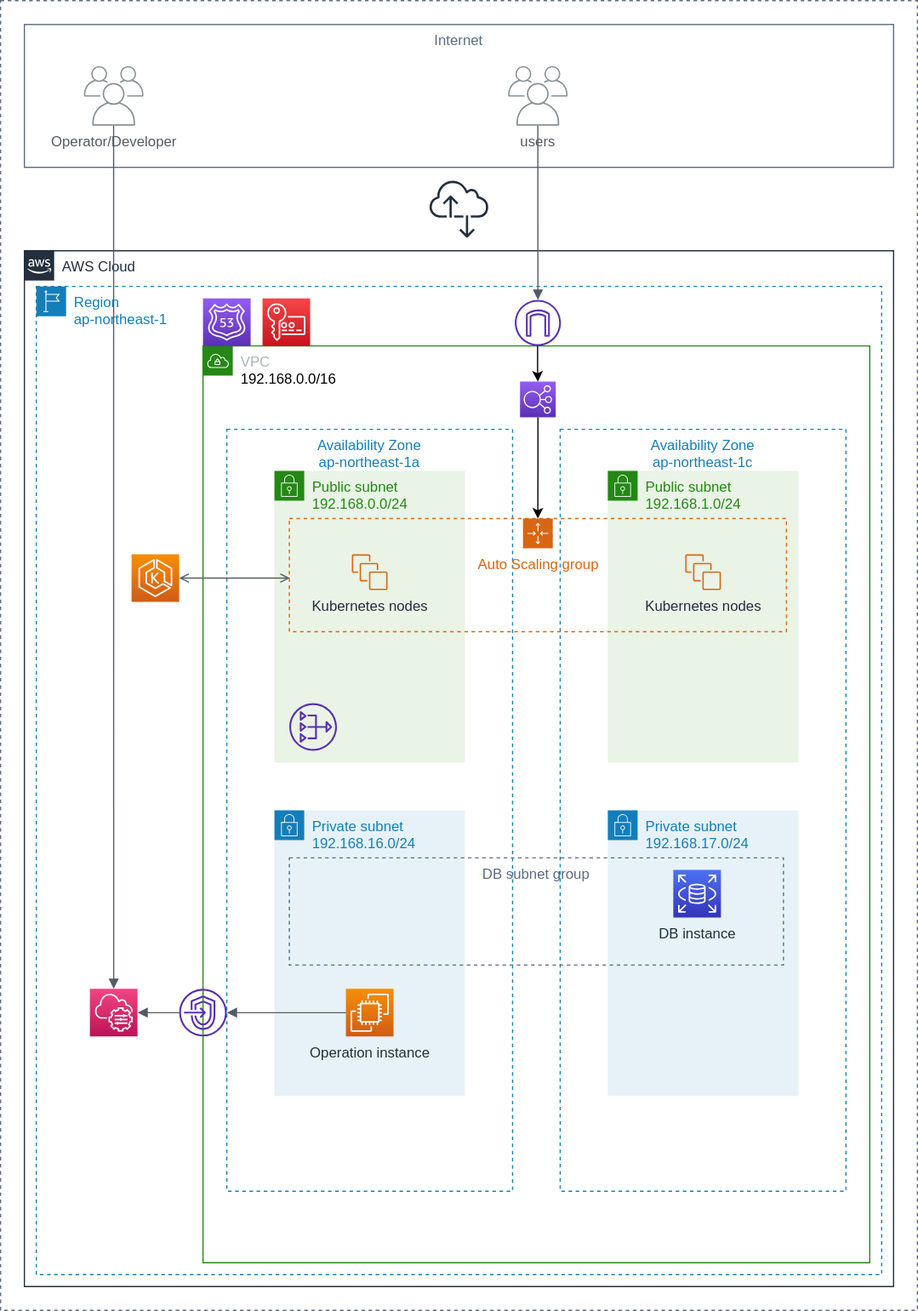
The draw.io diagram architecture.svg in t3-goto/lra-app, before a commit. Source tidied: cells renumbered, new cells last; positions are measured from the earlier drawing's top-left corner, leaving out a move shared by most shapes.
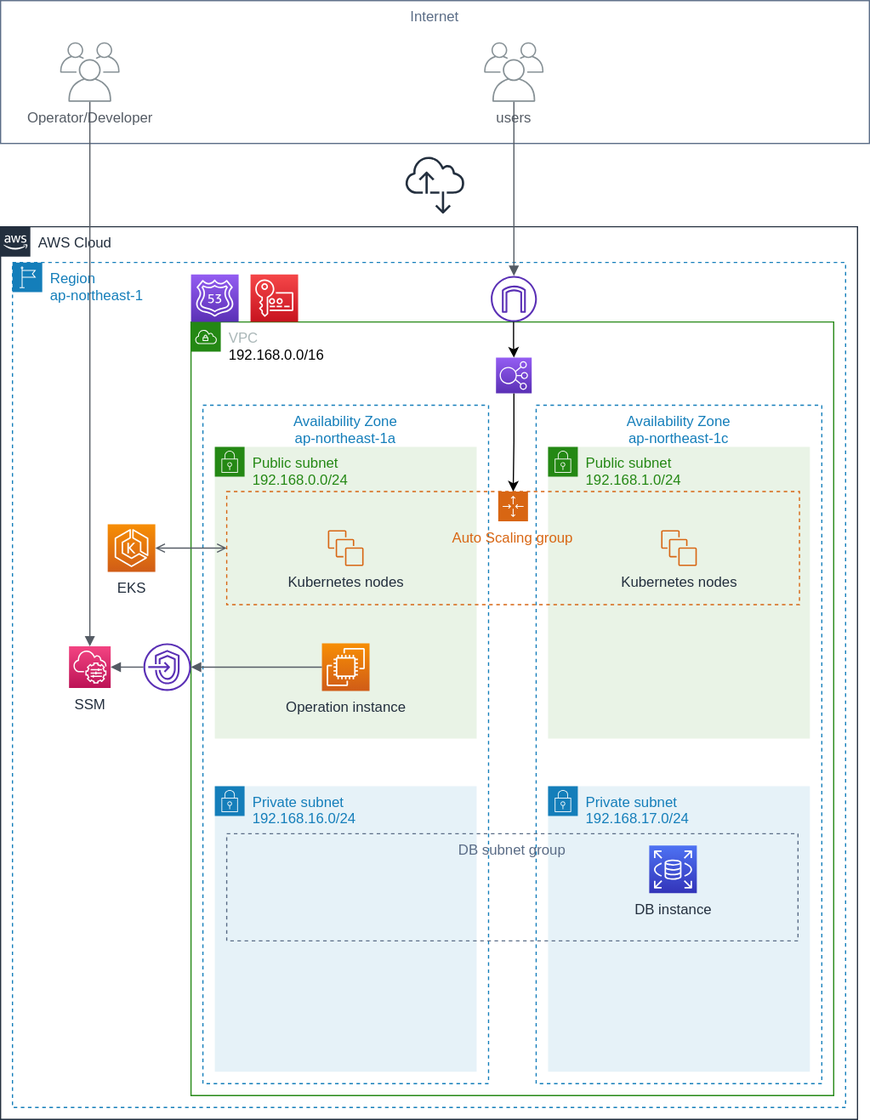
After the commit.

Change to the diagram source:
```diff
@@ -3,49 +3,46 @@
     <mxCell id="0" />
     <mxCell id="1" parent="0" />
     <mxCell id="2" value="AWS Cloud" style="gradientColor=none;html=1;whiteSpace=wrap;fontSize=12;fontStyle=0;shape=mxgraph.aws4.group;grIcon=mxgraph.aws4.group_aws_cloud_alt;strokeColor=#232F3E;fillColor=none;verticalAlign=top;align=left;spacingLeft=30;fontColor=#232F3E;dashed=0;" parent="1" vertex="1">
-      <mxGeometry x="20" y="210" width="730" height="870" as="geometry" />
+      <mxGeometry x="20" y="210" width="720" height="750" as="geometry" />
     </mxCell>
     <mxCell id="3" value="Region&lt;br&gt;ap-northeast-1" style="gradientColor=none;html=1;whiteSpace=wrap;fontSize=12;fontStyle=0;shape=mxgraph.aws4.group;grIcon=mxgraph.aws4.group_region;strokeColor=#147EBA;fillColor=none;verticalAlign=top;align=left;spacingLeft=30;fontColor=#147EBA;dashed=1;" parent="1" vertex="1">
-      <mxGeometry x="30" y="240" width="710" height="830" as="geometry" />
+      <mxGeometry x="30" y="240" width="700" height="710" as="geometry" />
     </mxCell>
     <mxCell id="4" value="VPC&lt;br&gt;&lt;font color=&quot;#000000&quot;&gt;192.168.0.0/16&lt;/font&gt;" style="gradientColor=none;html=1;whiteSpace=wrap;fontSize=12;fontStyle=0;shape=mxgraph.aws4.group;grIcon=mxgraph.aws4.group_vpc;strokeColor=#248814;fillColor=none;verticalAlign=top;align=left;spacingLeft=30;fontColor=#AAB7B8;dashed=0;" parent="1" vertex="1">
-      <mxGeometry x="170" y="290" width="560" height="770" as="geometry" />
+      <mxGeometry x="180" y="290" width="540" height="650" as="geometry" />
     </mxCell>
     <mxCell id="5" value="Availability Zone&#10;ap-northeast-1a" style="fillColor=none;strokeColor=#147EBA;dashed=1;verticalAlign=top;fontStyle=0;fontColor=#147EBA;" parent="1" vertex="1">
-      <mxGeometry x="190" y="360" width="240" height="640" as="geometry" />
+      <mxGeometry x="190" y="360" width="240" height="570" as="geometry" />
     </mxCell>
     <mxCell id="6" value="Internet" style="fillColor=none;strokeColor=#5A6C86;verticalAlign=top;fontStyle=0;fontColor=#5A6C86;" parent="1" vertex="1">
       <mxGeometry x="20" y="20" width="730" height="120" as="geometry" />
     </mxCell>
     <mxCell id="7" value="Availability Zone&#10;ap-northeast-1c" style="fillColor=none;strokeColor=#147EBA;dashed=1;verticalAlign=top;fontStyle=0;fontColor=#147EBA;" parent="1" vertex="1">
-      <mxGeometry x="470" y="360" width="240" height="640" as="geometry" />
+      <mxGeometry x="470" y="360" width="240" height="570" as="geometry" />
     </mxCell>
     <mxCell id="8" value="Public subnet&lt;br&gt;192.168.0.0/24" style="gradientColor=none;html=1;whiteSpace=wrap;fontSize=12;fontStyle=0;shape=mxgraph.aws4.group;grIcon=mxgraph.aws4.group_security_group;grStroke=0;strokeColor=#248814;fillColor=#E9F3E6;verticalAlign=top;align=left;spacingLeft=30;fontColor=#248814;dashed=0;" parent="1" vertex="1">
-      <mxGeometry x="230" y="395" width="160" height="245" as="geometry" />
+      <mxGeometry x="200" y="395" width="220" height="245" as="geometry" />
     </mxCell>
     <mxCell id="9" value="Public subnet&lt;br&gt;192.168.1.0/24" style="gradientColor=none;html=1;whiteSpace=wrap;fontSize=12;fontStyle=0;shape=mxgraph.aws4.group;grIcon=mxgraph.aws4.group_security_group;grStroke=0;strokeColor=#248814;fillColor=#E9F3E6;verticalAlign=top;align=left;spacingLeft=30;fontColor=#248814;dashed=0;" parent="1" vertex="1">
-      <mxGeometry x="510" y="395" width="160" height="245" as="geometry" />
+      <mxGeometry x="480" y="395" width="220" height="245" as="geometry" />
     </mxCell>
     <mxCell id="10" value="Private subnet&lt;br&gt;192.168.16.0/24" style="gradientColor=none;html=1;whiteSpace=wrap;fontSize=12;fontStyle=0;shape=mxgraph.aws4.group;grIcon=mxgraph.aws4.group_security_group;grStroke=0;strokeColor=#147EBA;fillColor=#E6F2F8;verticalAlign=top;align=left;spacingLeft=30;fontColor=#147EBA;dashed=0;" parent="1" vertex="1">
-      <mxGeometry x="230" y="680" width="160" height="240" as="geometry" />
+      <mxGeometry x="200" y="680" width="220" height="240" as="geometry" />
     </mxCell>
     <mxCell id="11" value="Private subnet&lt;br&gt;192.168.17.0/24" style="gradientColor=none;html=1;whiteSpace=wrap;fontSize=12;fontStyle=0;shape=mxgraph.aws4.group;grIcon=mxgraph.aws4.group_security_group;grStroke=0;strokeColor=#147EBA;fillColor=#E6F2F8;verticalAlign=top;align=left;spacingLeft=30;fontColor=#147EBA;dashed=0;" parent="1" vertex="1">
-      <mxGeometry x="510" y="680" width="160" height="240" as="geometry" />
+      <mxGeometry x="480" y="680" width="220" height="240" as="geometry" />
     </mxCell>
-    <mxCell id="12" style="fontColor=#232F3E;gradientColor=none;fillColor=#5A30B5;strokeColor=none;dashed=0;verticalLabelPosition=bottom;verticalAlign=top;align=center;html=1;fontSize=12;fontStyle=0;shape=mxgraph.aws4.nat_gateway;" parent="1" vertex="1">
-      <mxGeometry x="242.5" y="590" width="40" height="40" as="geometry" />
-    </mxCell>
     <mxCell id="13" value="DB instance" style="fontColor=#232F3E;gradientColor=#4D72F3;gradientDirection=north;fillColor=#3334B9;strokeColor=#ffffff;dashed=0;verticalLabelPosition=bottom;verticalAlign=top;align=center;html=1;fontSize=12;fontStyle=0;shape=mxgraph.aws4.resourceIcon;resIcon=mxgraph.aws4.rds;" parent="1" vertex="1">
       <mxGeometry x="565" y="730" width="40" height="40" as="geometry" />
     </mxCell>
     <mxCell id="14" style="fontColor=#232F3E;gradientColor=#945DF2;gradientDirection=north;fillColor=#5A30B5;strokeColor=#ffffff;dashed=0;verticalLabelPosition=bottom;verticalAlign=top;align=center;html=1;fontSize=12;fontStyle=0;shape=mxgraph.aws4.resourceIcon;resIcon=mxgraph.aws4.route_53;" parent="1" vertex="1">
-      <mxGeometry x="170" y="250" width="40" height="40" as="geometry" />
+      <mxGeometry x="180" y="250" width="40" height="40" as="geometry" />
     </mxCell>
     <mxCell id="15" style="outlineConnect=0;fontColor=#232F3E;gradientColor=none;fillColor=#5A30B5;strokeColor=none;dashed=0;verticalLabelPosition=bottom;verticalAlign=top;align=center;html=1;fontSize=12;fontStyle=0;shape=mxgraph.aws4.internet_gateway;" parent="1" vertex="1">
       <mxGeometry x="431.9" y="251.2" width="38.8" height="38.8" as="geometry" />
     </mxCell>
     <mxCell id="16" style="fontColor=#232F3E;gradientColor=#F54749;gradientDirection=north;fillColor=#C7131F;strokeColor=#ffffff;dashed=0;verticalLabelPosition=bottom;verticalAlign=top;align=center;html=1;fontSize=12;fontStyle=0;shape=mxgraph.aws4.resourceIcon;resIcon=mxgraph.aws4.key_management_service;" parent="1" vertex="1">
-      <mxGeometry x="220" y="250" width="40" height="40" as="geometry" />
+      <mxGeometry x="230" y="250" width="40" height="40" as="geometry" />
     </mxCell>
     <mxCell id="17" value="users" style="outlineConnect=0;gradientColor=none;fontColor=#545B64;strokeColor=none;fillColor=#879196;dashed=0;verticalLabelPosition=bottom;verticalAlign=top;align=center;html=1;fontSize=12;fontStyle=0;shape=mxgraph.aws4.illustration_users;" parent="1" vertex="1">
       <mxGeometry x="426.2" y="55" width="50" height="50" as="geometry" />
@@ -54,10 +51,10 @@
       <mxGeometry x="70" y="55" width="50" height="50" as="geometry" />
     </mxCell>
     <mxCell id="19" value="Operation instance" style="points=[[0,0,0],[0.25,0,0],[0.5,0,0],[0.75,0,0],[1,0,0],[0,1,0],[0.25,1,0],[0.5,1,0],[0.75,1,0],[1,1,0],[0,0.25,0],[0,0.5,0],[0,0.75,0],[1,0.25,0],[1,0.5,0],[1,0.75,0]];outlineConnect=0;fontColor=#232F3E;gradientColor=#F78E04;gradientDirection=north;fillColor=#D05C17;strokeColor=#ffffff;dashed=0;verticalLabelPosition=bottom;verticalAlign=top;align=center;html=1;fontSize=12;fontStyle=0;shape=mxgraph.aws4.resourceIcon;resIcon=mxgraph.aws4.ec2;" parent="1" vertex="1">
-      <mxGeometry x="290" y="830" width="40" height="40" as="geometry" />
+      <mxGeometry x="290" y="560" width="40" height="40" as="geometry" />
     </mxCell>
-    <mxCell id="20" style="points=[[0,0,0],[0.25,0,0],[0.5,0,0],[0.75,0,0],[1,0,0],[0,1,0],[0.25,1,0],[0.5,1,0],[0.75,1,0],[1,1,0],[0,0.25,0],[0,0.5,0],[0,0.75,0],[1,0.25,0],[1,0.5,0],[1,0.75,0]];points=[[0,0,0],[0.25,0,0],[0.5,0,0],[0.75,0,0],[1,0,0],[0,1,0],[0.25,1,0],[0.5,1,0],[0.75,1,0],[1,1,0],[0,0.25,0],[0,0.5,0],[0,0.75,0],[1,0.25,0],[1,0.5,0],[1,0.75,0]];outlineConnect=0;fontColor=#232F3E;gradientColor=#F34482;gradientDirection=north;fillColor=#BC1356;strokeColor=#ffffff;dashed=0;verticalLabelPosition=bottom;verticalAlign=top;align=center;html=1;fontSize=12;fontStyle=0;shape=mxgraph.aws4.resourceIcon;resIcon=mxgraph.aws4.systems_manager;" parent="1" vertex="1">
-      <mxGeometry x="75" y="830" width="40" height="40" as="geometry" />
+    <mxCell id="20" value="SSM" style="points=[[0,0,0],[0.25,0,0],[0.5,0,0],[0.75,0,0],[1,0,0],[0,1,0],[0.25,1,0],[0.5,1,0],[0.75,1,0],[1,1,0],[0,0.25,0],[0,0.5,0],[0,0.75,0],[1,0.25,0],[1,0.5,0],[1,0.75,0]];points=[[0,0,0],[0.25,0,0],[0.5,0,0],[0.75,0,0],[1,0,0],[0,1,0],[0.25,1,0],[0.5,1,0],[0.75,1,0],[1,1,0],[0,0.25,0],[0,0.5,0],[0,0.75,0],[1,0.25,0],[1,0.5,0],[1,0.75,0]];outlineConnect=0;fontColor=#232F3E;gradientColor=#F34482;gradientDirection=north;fillColor=#BC1356;strokeColor=#ffffff;dashed=0;verticalLabelPosition=bottom;verticalAlign=top;align=center;html=1;fontSize=12;fontStyle=0;shape=mxgraph.aws4.resourceIcon;resIcon=mxgraph.aws4.systems_manager;" parent="1" vertex="1">
+      <mxGeometry x="77.5" y="562.5" width="35" height="35" as="geometry" />
     </mxCell>
     <mxCell id="21" style="edgeStyle=orthogonalEdgeStyle;html=1;endArrow=none;elbow=vertical;startArrow=block;startFill=1;strokeColor=#545B64;rounded=0;exitX=1;exitY=0.5;exitDx=0;exitDy=0;exitPerimeter=0;entryX=0;entryY=0.5;entryDx=0;entryDy=0;entryPerimeter=0;" parent="1" edge="1" source="33" target="19">
       <mxGeometry relative="1" as="geometry" />
@@ -68,8 +65,8 @@
     <mxCell id="23" style="fontColor=#232F3E;gradientColor=none;fillColor=#232F3E;strokeColor=none;dashed=0;verticalLabelPosition=bottom;verticalAlign=top;align=center;html=1;fontSize=12;fontStyle=0;shape=mxgraph.aws4.internet_alt2;" parent="1" vertex="1">
       <mxGeometry x="360" y="150" width="50" height="50" as="geometry" />
     </mxCell>
-    <mxCell id="24" style="points=[[0,0,0],[0.25,0,0],[0.5,0,0],[0.75,0,0],[1,0,0],[0,1,0],[0.25,1,0],[0.5,1,0],[0.75,1,0],[1,1,0],[0,0.25,0],[0,0.5,0],[0,0.75,0],[1,0.25,0],[1,0.5,0],[1,0.75,0]];outlineConnect=0;fontColor=#232F3E;gradientColor=#F78E04;gradientDirection=north;fillColor=#D05C17;strokeColor=#ffffff;dashed=0;verticalLabelPosition=bottom;verticalAlign=top;align=center;html=1;fontSize=12;fontStyle=0;shape=mxgraph.aws4.resourceIcon;resIcon=mxgraph.aws4.eks;" parent="1" vertex="1">
-      <mxGeometry x="110" y="465" width="40" height="40" as="geometry" />
+    <mxCell id="24" value="EKS" style="points=[[0,0,0],[0.25,0,0],[0.5,0,0],[0.75,0,0],[1,0,0],[0,1,0],[0.25,1,0],[0.5,1,0],[0.75,1,0],[1,1,0],[0,0.25,0],[0,0.5,0],[0,0.75,0],[1,0.25,0],[1,0.5,0],[1,0.75,0]];outlineConnect=0;fontColor=#232F3E;gradientColor=#F78E04;gradientDirection=north;fillColor=#D05C17;strokeColor=#ffffff;dashed=0;verticalLabelPosition=bottom;verticalAlign=top;align=center;html=1;fontSize=12;fontStyle=0;shape=mxgraph.aws4.resourceIcon;resIcon=mxgraph.aws4.eks;" parent="1" vertex="1">
+      <mxGeometry x="110" y="460" width="40" height="40" as="geometry" />
     </mxCell>
     <mxCell id="25" value="Kubernetes nodes" style="fontColor=#232F3E;gradientColor=none;fillColor=#D86613;strokeColor=none;dashed=0;verticalLabelPosition=bottom;verticalAlign=top;align=center;html=1;fontSize=12;fontStyle=0;shape=mxgraph.aws4.instances;" parent="1" vertex="1">
       <mxGeometry x="295" y="465" width="30" height="30" as="geometry" />
@@ -77,17 +74,14 @@
     <mxCell id="26" value="Kubernetes nodes" style="fontColor=#232F3E;gradientColor=none;fillColor=#D86613;strokeColor=none;dashed=0;verticalLabelPosition=bottom;verticalAlign=top;align=center;html=1;fontSize=12;fontStyle=0;shape=mxgraph.aws4.instances;" parent="1" vertex="1">
       <mxGeometry x="575" y="465" width="30" height="30" as="geometry" />
     </mxCell>
-    <mxCell id="27" style="edgeStyle=orthogonalEdgeStyle;html=1;endArrow=open;elbow=vertical;startArrow=open;startFill=0;endFill=0;strokeColor=#545B64;rounded=0;" parent="1" edge="1">
-      <mxGeometry relative="1" as="geometry">
-        <mxPoint x="150" y="485" as="sourcePoint" />
-        <mxPoint x="243" y="485" as="targetPoint" />
-      </mxGeometry>
+    <mxCell id="27" style="edgeStyle=orthogonalEdgeStyle;html=1;endArrow=open;elbow=vertical;startArrow=open;startFill=0;endFill=0;strokeColor=#545B64;rounded=0;" parent="1" edge="1" source="24" target="28">
+      <mxGeometry relative="1" as="geometry" />
     </mxCell>
     <mxCell id="28" value="Auto Scaling group" style="points=[[0,0],[0.25,0],[0.5,0],[0.75,0],[1,0],[1,0.25],[1,0.5],[1,0.75],[1,1],[0.75,1],[0.5,1],[0.25,1],[0,1],[0,0.75],[0,0.5],[0,0.25]];outlineConnect=0;gradientColor=none;html=1;whiteSpace=wrap;fontSize=12;fontStyle=0;shape=mxgraph.aws4.groupCenter;grIcon=mxgraph.aws4.group_auto_scaling_group;grStroke=1;strokeColor=#D86613;fillColor=none;verticalAlign=top;align=center;fontColor=#D86613;dashed=1;spacingTop=25;" parent="1" vertex="1">
-      <mxGeometry x="242.5" y="435" width="417.5" height="95" as="geometry" />
+      <mxGeometry x="210" y="432.5" width="481.2" height="95" as="geometry" />
     </mxCell>
     <mxCell id="29" value="DB subnet group" style="fillColor=none;strokeColor=#5A6C86;dashed=1;verticalAlign=top;fontStyle=0;fontColor=#5A6C86;" parent="1" vertex="1">
-      <mxGeometry x="242.5" y="720" width="415" height="90" as="geometry" />
+      <mxGeometry x="210" y="720" width="480" height="90" as="geometry" />
     </mxCell>
     <mxCell id="30" style="edgeStyle=orthogonalEdgeStyle;rounded=0;jettySize=auto;html=1;" parent="1" edge="1" source="31" target="28">
       <mxGeometry relative="1" as="geometry" />
@@ -99,7 +93,7 @@
       <mxGeometry relative="1" as="geometry" />
     </mxCell>
     <mxCell id="33" style="outlineConnect=0;fontColor=#232F3E;gradientColor=none;fillColor=#5A30B5;strokeColor=none;dashed=0;verticalLabelPosition=bottom;verticalAlign=top;align=center;html=1;fontSize=12;fontStyle=0;shape=mxgraph.aws4.endpoints;" parent="1" vertex="1">
-      <mxGeometry x="150" y="830" width="40" height="40" as="geometry" />
+      <mxGeometry x="140" y="560" width="40" height="40" as="geometry" />
     </mxCell>
     <mxCell id="34" style="edgeStyle=orthogonalEdgeStyle;html=1;endArrow=none;elbow=vertical;startArrow=block;startFill=1;strokeColor=#545B64;rounded=0;exitX=1;exitY=0.5;exitDx=0;exitDy=0;exitPerimeter=0;entryX=0;entryY=0.5;entryDx=0;entryDy=0;entryPerimeter=0;" parent="1" edge="1" source="20" target="33">
       <mxGeometry relative="1" as="geometry" />
@@ -109,8 +103,5 @@
         <mxPoint x="451" y="290" as="sourcePoint" />
       </mxGeometry>
     </mxCell>
-    <mxCell id="36" style="fillColor=none;strokeColor=#5A6C86;dashed=1;verticalAlign=top;fontStyle=0;fontColor=#5A6C86;" parent="1" vertex="1">
-      <mxGeometry width="770" height="1100" as="geometry" />
-    </mxCell>
   </root>
 </mxGraphModel>
```
